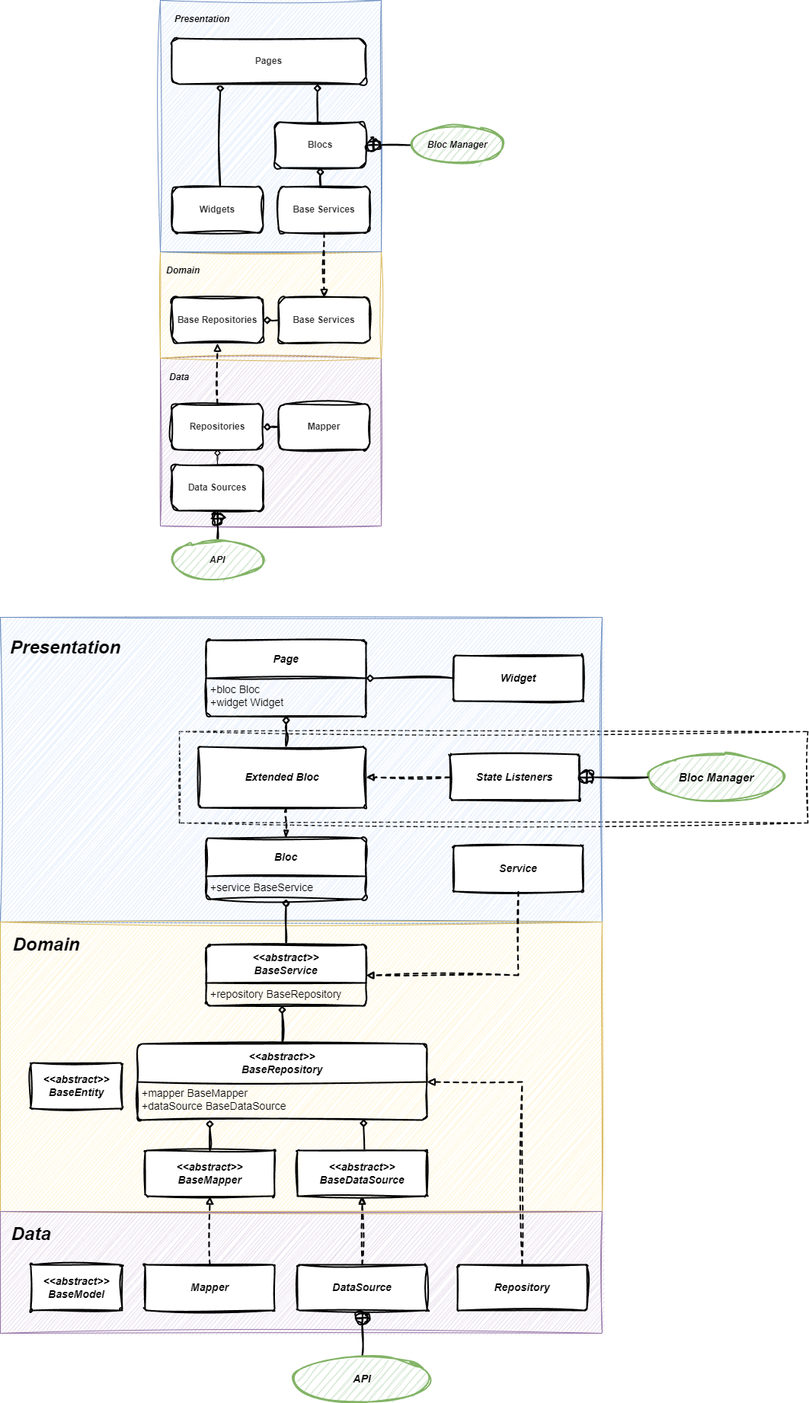
hamed-rezaee/flutter_component_architecture_poc keeps this draw.io diagram as architecture.drawio.png. Above is the earlier version. Source tidied: cells renumbered, new cells last; positions are measured from the earlier drawing's top-left corner, leaving out a move shared by most shapes.
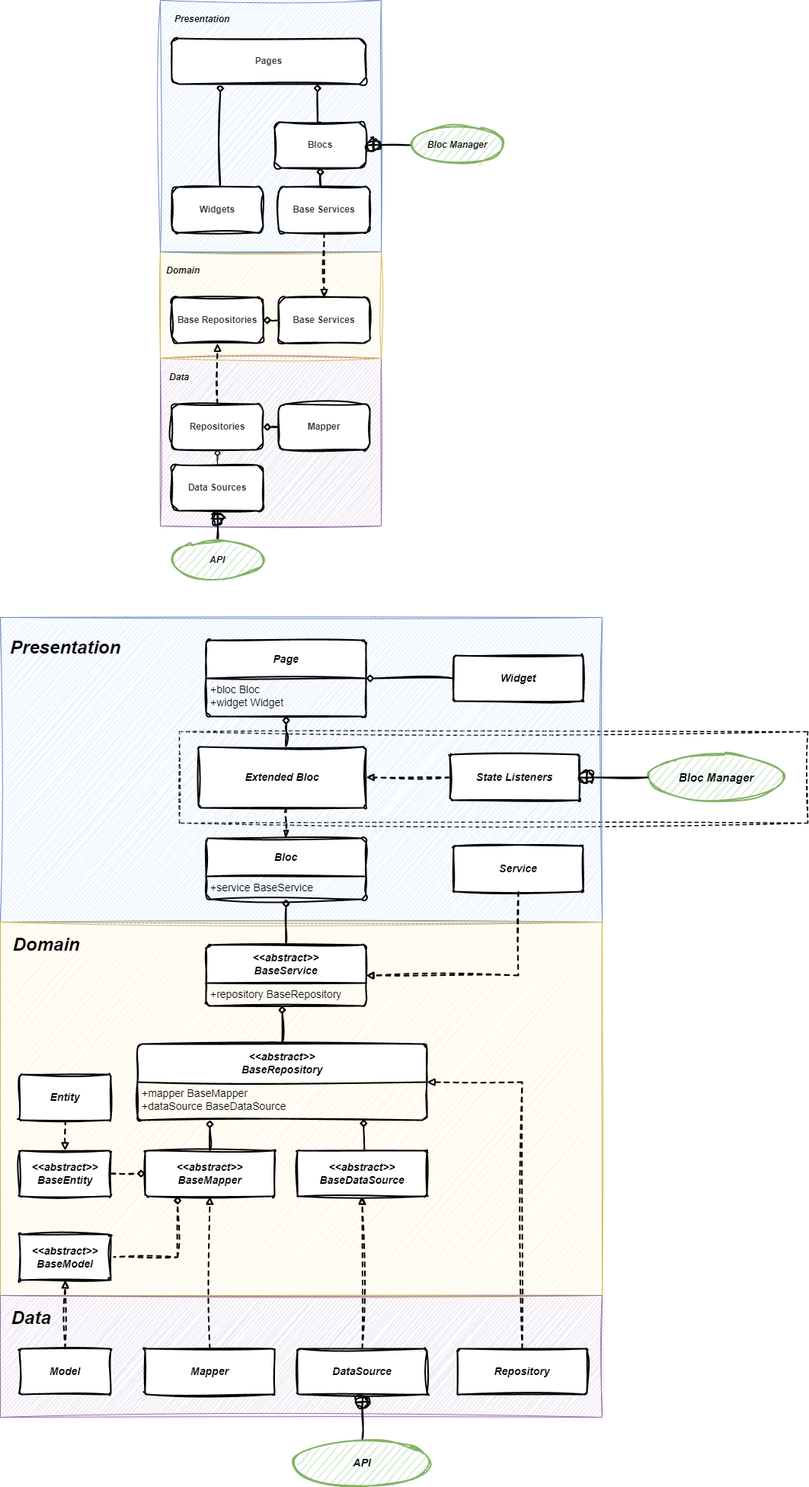
Above is the later version.

Change to the diagram source:
```diff
@@ -89,16 +89,22 @@
       <mxGeometry y="810" width="790" height="400" as="geometry" />
     </mxCell>
     <mxCell id="28" style="rounded=0;whiteSpace=wrap;html=1;fillColor=#fff2cc;strokeColor=#d6b656;sketch=1;curveFitting=1;jiggle=2;" parent="1" vertex="1">
-      <mxGeometry y="1210" width="790" height="380" as="geometry" />
+      <mxGeometry y="1210" width="790" height="490" as="geometry" />
     </mxCell>
     <mxCell id="29" style="rounded=0;whiteSpace=wrap;html=1;fillColor=#e1d5e7;strokeColor=#9673a6;sketch=1;curveFitting=1;jiggle=2;" parent="1" vertex="1">
-      <mxGeometry y="1590" width="790" height="160" as="geometry" />
+      <mxGeometry y="1700" width="790" height="160" as="geometry" />
     </mxCell>
+    <mxCell id="71" style="edgeStyle=orthogonalEdgeStyle;rounded=0;jettySize=auto;html=1;exitX=1;exitY=0.5;exitDx=0;exitDy=0;entryX=0.25;entryY=1;entryDx=0;entryDy=0;endArrow=diamond;endFill=0;sketch=1;curveFitting=1;jiggle=2;dashed=1;strokeWidth=2;" parent="1" edge="1" source="30" target="33">
+      <mxGeometry relative="1" as="geometry" />
+    </mxCell>
     <mxCell id="30" value="&lt;b style=&quot;border-color: var(--border-color);&quot;&gt;&lt;i style=&quot;border-color: var(--border-color);&quot;&gt;&amp;lt;&amp;lt;abstract&amp;gt;&amp;gt;&lt;br&gt;&lt;/i&gt;&lt;/b&gt;&lt;b&gt;&lt;i&gt;&lt;font style=&quot;font-size: 14px;&quot;&gt;BaseModel&lt;/font&gt;&lt;/i&gt;&lt;/b&gt;" style="rounded=1;whiteSpace=wrap;html=1;sketch=1;curveFitting=1;jiggle=2;fontSize=14;fontStyle=0;startSize=50;strokeWidth=2;shadow=0;dashed=0;arcSize=4;" parent="1" vertex="1">
-      <mxGeometry x="40" y="1660" width="120" height="60" as="geometry" />
+      <mxGeometry x="25" y="1620" width="120" height="60" as="geometry" />
     </mxCell>
+    <mxCell id="72" style="edgeStyle=orthogonalEdgeStyle;rounded=0;jettySize=auto;html=1;exitX=1;exitY=0.5;exitDx=0;exitDy=0;entryX=0;entryY=0.5;entryDx=0;entryDy=0;endArrow=diamond;endFill=0;sketch=1;curveFitting=1;jiggle=2;dashed=1;strokeWidth=2;" parent="1" edge="1" source="31" target="33">
+      <mxGeometry relative="1" as="geometry" />
+    </mxCell>
     <mxCell id="31" value="&lt;b style=&quot;border-color: var(--border-color);&quot;&gt;&lt;i style=&quot;border-color: var(--border-color);&quot;&gt;&amp;lt;&amp;lt;abstract&amp;gt;&amp;gt;&lt;br&gt;&lt;/i&gt;&lt;/b&gt;&lt;b&gt;&lt;i&gt;&lt;font style=&quot;font-size: 14px;&quot;&gt;BaseEntity&lt;/font&gt;&lt;/i&gt;&lt;/b&gt;" style="rounded=1;whiteSpace=wrap;html=1;sketch=1;curveFitting=1;jiggle=2;fontSize=14;fontStyle=0;startSize=50;strokeWidth=2;shadow=0;dashed=0;arcSize=4;" parent="1" vertex="1">
-      <mxGeometry x="40" y="1395" width="120" height="60" as="geometry" />
+      <mxGeometry x="25" y="1510" width="120" height="60" as="geometry" />
     </mxCell>
     <mxCell id="32" style="edgeStyle=orthogonalEdgeStyle;rounded=0;jettySize=auto;html=1;entryX=0.25;entryY=1;entryDx=0;entryDy=0;endArrow=diamond;endFill=0;exitX=0.5;exitY=0;exitDx=0;exitDy=0;sketch=1;curveFitting=1;jiggle=2;strokeWidth=2;" parent="1" edge="1" source="33" target="42">
       <mxGeometry relative="1" as="geometry">
@@ -114,7 +120,7 @@
       <mxGeometry relative="1" as="geometry" />
     </mxCell>
     <mxCell id="35" value="&lt;b&gt;&lt;i&gt;&lt;font style=&quot;font-size: 14px;&quot;&gt;Mapper&lt;br&gt;&lt;/font&gt;&lt;/i&gt;&lt;/b&gt;" style="rounded=1;whiteSpace=wrap;html=1;sketch=1;curveFitting=1;jiggle=2;fontSize=14;fontStyle=0;startSize=50;strokeWidth=2;shadow=0;dashed=0;arcSize=4;" parent="1" vertex="1">
-      <mxGeometry x="190" y="1660" width="170" height="60" as="geometry" />
+      <mxGeometry x="190" y="1770" width="170" height="60" as="geometry" />
     </mxCell>
     <mxCell id="36" style="edgeStyle=orthogonalEdgeStyle;rounded=0;jettySize=auto;html=1;entryX=0.781;entryY=0.975;entryDx=0;entryDy=0;endArrow=diamond;endFill=0;exitX=0.5;exitY=0;exitDx=0;exitDy=0;entryPerimeter=0;sketch=1;curveFitting=1;jiggle=2;strokeWidth=2;" parent="1" edge="1" source="37" target="42">
       <mxGeometry relative="1" as="geometry">
@@ -130,7 +136,7 @@
       <mxGeometry relative="1" as="geometry" />
     </mxCell>
     <mxCell id="39" value="&lt;b&gt;&lt;i&gt;&lt;font style=&quot;font-size: 14px;&quot;&gt;DataSource&lt;br&gt;&lt;/font&gt;&lt;/i&gt;&lt;/b&gt;" style="rounded=1;whiteSpace=wrap;html=1;sketch=1;curveFitting=1;jiggle=2;fontSize=14;fontStyle=0;startSize=50;strokeWidth=2;shadow=0;dashed=0;arcSize=4;" parent="1" vertex="1">
-      <mxGeometry x="390" y="1660" width="170" height="60" as="geometry" />
+      <mxGeometry x="390" y="1770" width="170" height="60" as="geometry" />
     </mxCell>
     <mxCell id="40" style="edgeStyle=orthogonalEdgeStyle;rounded=0;jettySize=auto;html=1;endArrow=diamond;endFill=0;sketch=1;curveFitting=1;jiggle=2;strokeWidth=2;" parent="1" edge="1" source="41" target="45">
       <mxGeometry relative="1" as="geometry">
@@ -159,7 +165,7 @@
       <mxGeometry relative="1" as="geometry" />
     </mxCell>
     <mxCell id="47" value="&lt;b&gt;&lt;i&gt;&lt;font style=&quot;font-size: 14px;&quot;&gt;Repository&lt;br&gt;&lt;/font&gt;&lt;/i&gt;&lt;/b&gt;" style="rounded=1;whiteSpace=wrap;html=1;sketch=1;curveFitting=1;jiggle=2;fontSize=14;fontStyle=0;startSize=50;strokeWidth=2;shadow=0;dashed=0;arcSize=4;" parent="1" vertex="1">
-      <mxGeometry x="600" y="1660" width="170" height="60" as="geometry" />
+      <mxGeometry x="600" y="1770" width="170" height="60" as="geometry" />
     </mxCell>
     <mxCell id="48" style="edgeStyle=orthogonalEdgeStyle;rounded=0;jettySize=auto;html=1;entryX=1;entryY=0.5;entryDx=0;entryDy=0;endArrow=block;endFill=0;exitX=0.5;exitY=1;exitDx=0;exitDy=0;sketch=1;curveFitting=1;jiggle=2;dashed=1;strokeWidth=2;" parent="1" edge="1" source="49" target="44">
       <mxGeometry relative="1" as="geometry" />
@@ -192,13 +198,13 @@
       <mxGeometry x="10" y="1220" width="100" height="40" as="geometry" />
     </mxCell>
     <mxCell id="58" value="Data" style="text;strokeColor=none;fillColor=none;html=1;fontSize=24;fontStyle=3;verticalAlign=middle;align=center;sketch=1;curveFitting=1;jiggle=2;" parent="1" vertex="1">
-      <mxGeometry x="10" y="1600" width="60" height="40" as="geometry" />
+      <mxGeometry x="10" y="1710" width="60" height="40" as="geometry" />
     </mxCell>
     <mxCell id="59" style="edgeStyle=orthogonalEdgeStyle;rounded=0;jettySize=auto;html=1;endArrow=circlePlus;endFill=0;sketch=1;curveFitting=1;jiggle=2;strokeWidth=2;" parent="1" edge="1" source="60" target="39">
       <mxGeometry relative="1" as="geometry" />
     </mxCell>
     <mxCell id="60" value="&lt;font style=&quot;font-size: 14px;&quot;&gt;&lt;i&gt;API&lt;/i&gt;&lt;/font&gt;" style="ellipse;whiteSpace=wrap;html=1;fontStyle=1;fontSize=12;fillColor=#d5e8d4;strokeColor=#82b366;sketch=1;curveFitting=1;jiggle=2;strokeWidth=2;" parent="1" vertex="1">
-      <mxGeometry x="385" y="1780" width="180" height="60" as="geometry" />
+      <mxGeometry x="385" y="1890" width="180" height="60" as="geometry" />
     </mxCell>
     <mxCell id="61" style="edgeStyle=orthogonalEdgeStyle;rounded=0;jettySize=auto;html=1;exitX=0.5;exitY=0;exitDx=0;exitDy=0;entryX=0.5;entryY=1;entryDx=0;entryDy=0;endArrow=diamond;endFill=0;sketch=1;curveFitting=1;jiggle=2;strokeWidth=2;" parent="1" edge="1" target="55">
       <mxGeometry relative="1" as="geometry">
@@ -234,5 +240,17 @@
     <mxCell id="70" style="edgeStyle=orthogonalEdgeStyle;rounded=0;jettySize=auto;html=1;exitX=0;exitY=0.5;exitDx=0;exitDy=0;endArrow=circlePlus;endFill=0;sketch=1;curveFitting=1;jiggle=2;entryX=1;entryY=0.5;entryDx=0;entryDy=0;strokeWidth=2;" parent="1" edge="1" source="65" target="69">
       <mxGeometry relative="1" as="geometry" />
     </mxCell>
+    <mxCell id="73" style="edgeStyle=orthogonalEdgeStyle;rounded=0;jettySize=auto;html=1;exitX=0.5;exitY=0;exitDx=0;exitDy=0;entryX=0.5;entryY=1;entryDx=0;entryDy=0;endArrow=block;endFill=0;sketch=1;curveFitting=1;jiggle=2;dashed=1;strokeWidth=2;" parent="1" edge="1" source="74" target="30">
+      <mxGeometry relative="1" as="geometry" />
+    </mxCell>
+    <mxCell id="74" value="&lt;b&gt;&lt;i&gt;&lt;font style=&quot;font-size: 14px;&quot;&gt;Model&lt;/font&gt;&lt;/i&gt;&lt;/b&gt;" style="rounded=1;whiteSpace=wrap;html=1;sketch=1;curveFitting=1;jiggle=2;fontSize=14;fontStyle=0;startSize=50;strokeWidth=2;shadow=0;dashed=0;arcSize=4;" parent="1" vertex="1">
+      <mxGeometry x="25" y="1770" width="120" height="60" as="geometry" />
+    </mxCell>
+    <mxCell id="75" style="edgeStyle=orthogonalEdgeStyle;rounded=0;jettySize=auto;html=1;exitX=0.5;exitY=1;exitDx=0;exitDy=0;entryX=0.5;entryY=0;entryDx=0;entryDy=0;endArrow=block;endFill=0;sketch=1;curveFitting=1;jiggle=2;dashed=1;strokeWidth=2;" parent="1" edge="1" source="76" target="31">
+      <mxGeometry relative="1" as="geometry" />
+    </mxCell>
+    <mxCell id="76" value="&lt;b&gt;&lt;i&gt;&lt;font style=&quot;font-size: 14px;&quot;&gt;Entity&lt;br&gt;&lt;/font&gt;&lt;/i&gt;&lt;/b&gt;" style="rounded=1;whiteSpace=wrap;html=1;sketch=1;curveFitting=1;jiggle=2;fontSize=14;fontStyle=0;startSize=50;strokeWidth=2;shadow=0;dashed=0;arcSize=4;" parent="1" vertex="1">
+      <mxGeometry x="25" y="1410" width="120" height="60" as="geometry" />
+    </mxCell>
   </root>
 </mxGraphModel>
```
